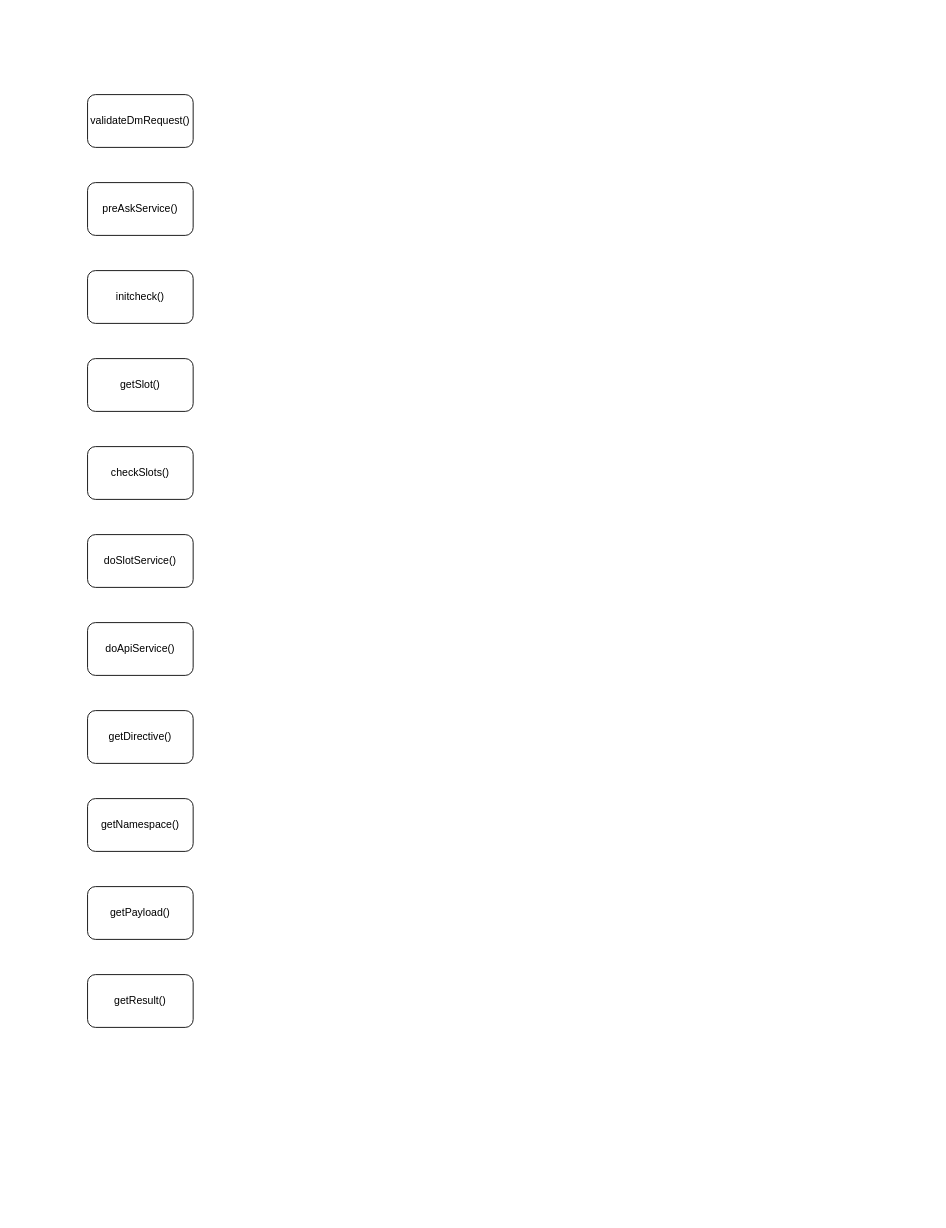
Before: mybatis/未命名绘图.drawio in xiujianhua/java_deep_study, a draw.io diagram. Source tidied: cells renumbered, new cells numbered last; positions are measured from the earlier drawing's top-left corner, leaving out a move shared by most shapes. Both pictures are drawn from the tidied source at 88%, with x=0, y=0 at pixel (87, 94).
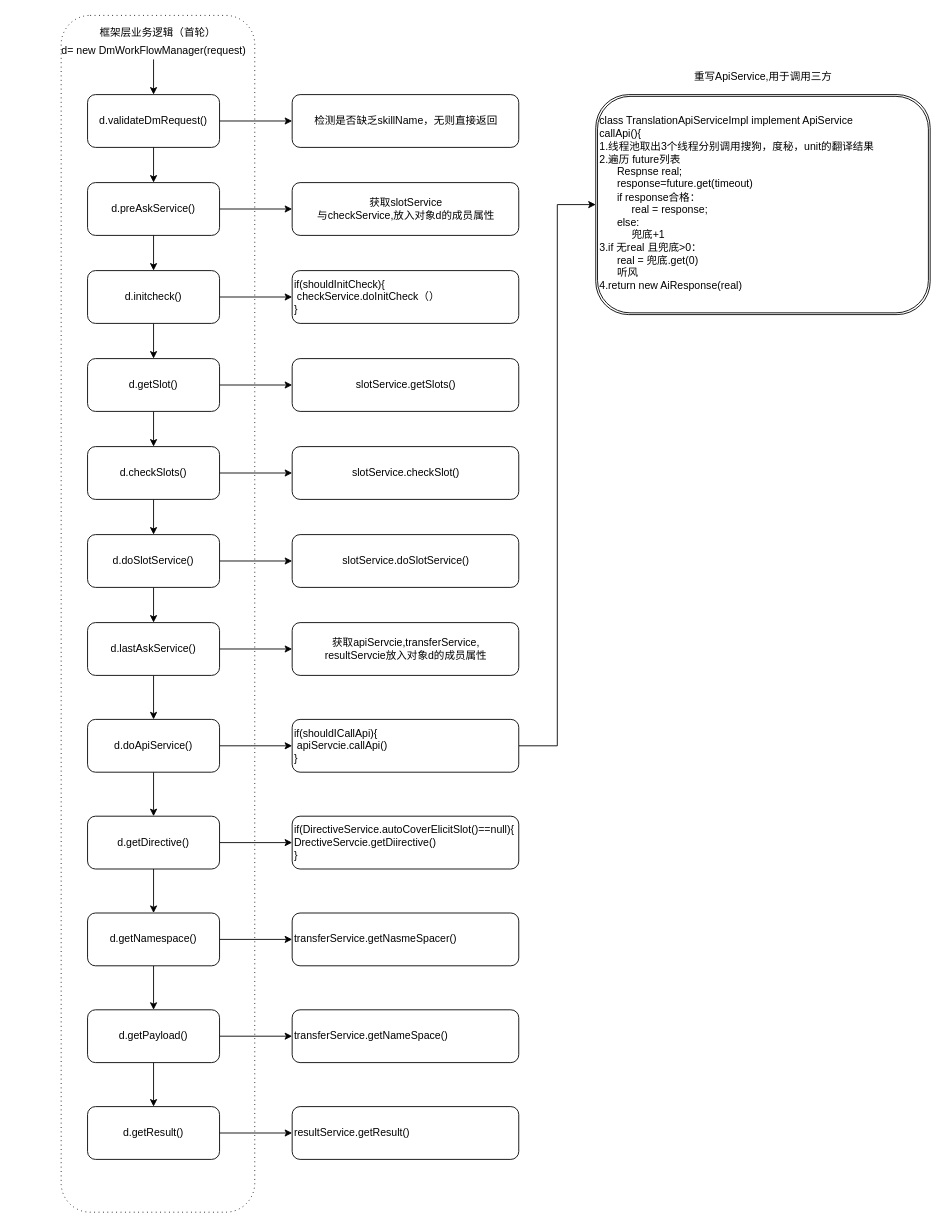
Above is the later version.

Commit message:
更新未命名绘图.drawio

What changed in the source:
```diff
@@
+    <mxCell id="13" style="shape=ext;rounded=1;html=1;whiteSpace=wrap;dashed=1;dashPattern=1 4;" parent="1" vertex="1">
+      <mxGeometry x="-30" y="-90" width="220" height="1360" as="geometry" />
+    </mxCell>
+    <mxCell id="14" style="edgeStyle=orthogonalEdgeStyle;rounded=0;jettySize=auto;html=1;" parent="1" edge="1" source="2" target="38">
+      <mxGeometry relative="1" as="geometry" />
+    </mxCell>
-    <mxCell id="2" value="validateDmRequest()" style="rounded=1;whiteSpace=wrap;html=1;" parent="1" vertex="1">
-      <mxGeometry width="120" height="60" as="geometry" />
+    <mxCell id="2" value="d.validateDmRequest()" style="rounded=1;whiteSpace=wrap;html=1;" parent="1" vertex="1">
+      <mxGeometry width="150" height="60" as="geometry" />
     </mxCell>
+    <mxCell id="15" style="edgeStyle=orthogonalEdgeStyle;rounded=0;jettySize=auto;html=1;" parent="1" edge="1" source="3" target="39">
+      <mxGeometry relative="1" as="geometry" />
+    </mxCell>
-    <mxCell id="3" value="preAskService()" style="rounded=1;whiteSpace=wrap;html=1;" parent="1" vertex="1">
-      <mxGeometry y="100" width="120" height="60" as="geometry" />
+    <mxCell id="3" value="d.preAskService()" style="rounded=1;whiteSpace=wrap;html=1;" parent="1" vertex="1">
+      <mxGeometry y="100" width="150" height="60" as="geometry" />
     </mxCell>
+    <mxCell id="16" style="edgeStyle=orthogonalEdgeStyle;rounded=0;jettySize=auto;html=1;" parent="1" edge="1" source="4" target="5">
+      <mxGeometry relative="1" as="geometry" />
+    </mxCell>
+    <mxCell id="17" style="edgeStyle=orthogonalEdgeStyle;rounded=0;jettySize=auto;html=1;" parent="1" edge="1" source="4" target="40">
+      <mxGeometry relative="1" as="geometry" />
+    </mxCell>
-    <mxCell id="4" value="initcheck()" style="rounded=1;whiteSpace=wrap;html=1;" parent="1" vertex="1">
-      <mxGeometry y="200" width="120" height="60" as="geometry" />
+    <mxCell id="4" value="d.initcheck()" style="rounded=1;whiteSpace=wrap;html=1;" parent="1" vertex="1">
+      <mxGeometry y="200" width="150" height="60" as="geometry" />
     </mxCell>
+    <mxCell id="18" style="edgeStyle=orthogonalEdgeStyle;rounded=0;jettySize=auto;html=1;" parent="1" edge="1" source="5" target="6">
+      <mxGeometry relative="1" as="geometry" />
+    </mxCell>
+    <mxCell id="19" style="edgeStyle=orthogonalEdgeStyle;rounded=0;jettySize=auto;html=1;" parent="1" edge="1" source="5" target="41">
+      <mxGeometry relative="1" as="geometry" />
+    </mxCell>
-    <mxCell id="5" value="getSlot()" style="rounded=1;whiteSpace=wrap;html=1;" parent="1" vertex="1">
-      <mxGeometry y="300" width="120" height="60" as="geometry" />
+    <mxCell id="5" value="d.getSlot()" style="rounded=1;whiteSpace=wrap;html=1;" parent="1" vertex="1">
+      <mxGeometry y="300" width="150" height="60" as="geometry" />
     </mxCell>
+    <mxCell id="20" style="edgeStyle=orthogonalEdgeStyle;rounded=0;jettySize=auto;html=1;" parent="1" edge="1" source="6" target="7">
+      <mxGeometry relative="1" as="geometry" />
+    </mxCell>
+    <mxCell id="21" style="edgeStyle=orthogonalEdgeStyle;rounded=0;jettySize=auto;html=1;" parent="1" edge="1" source="6" target="42">
+      <mxGeometry relative="1" as="geometry" />
+    </mxCell>
-    <mxCell id="6" value="checkSlots()" style="rounded=1;whiteSpace=wrap;html=1;" parent="1" vertex="1">
-      <mxGeometry y="400" width="120" height="60" as="geometry" />
+    <mxCell id="6" value="d.checkSlots()" style="rounded=1;whiteSpace=wrap;html=1;" parent="1" vertex="1">
+      <mxGeometry y="400" width="150" height="60" as="geometry" />
     </mxCell>
+    <mxCell id="22" style="edgeStyle=orthogonalEdgeStyle;rounded=0;jettySize=auto;html=1;" parent="1" edge="1" source="7" target="43">
+      <mxGeometry relative="1" as="geometry" />
+    </mxCell>
+    <mxCell id="23" style="edgeStyle=orthogonalEdgeStyle;rounded=0;jettySize=auto;html=1;" parent="1" edge="1" source="7" target="46">
+      <mxGeometry relative="1" as="geometry" />
+    </mxCell>
-    <mxCell id="7" value="doSlotService()" style="rounded=1;whiteSpace=wrap;html=1;" parent="1" vertex="1">
-      <mxGeometry y="500" width="120" height="60" as="geometry" />
+    <mxCell id="7" value="d.doSlotService()" style="rounded=1;whiteSpace=wrap;html=1;" parent="1" vertex="1">
+      <mxGeometry y="500" width="150" height="60" as="geometry" />
     </mxCell>
+    <mxCell id="24" style="edgeStyle=orthogonalEdgeStyle;rounded=0;jettySize=auto;html=1;" parent="1" edge="1" source="8" target="9">
+      <mxGeometry relative="1" as="geometry" />
+    </mxCell>
+    <mxCell id="25" style="edgeStyle=orthogonalEdgeStyle;rounded=0;jettySize=auto;html=1;" parent="1" edge="1" source="8" target="49">
+      <mxGeometry relative="1" as="geometry" />
+    </mxCell>
-    <mxCell id="8" value="doApiService()" style="rounded=1;whiteSpace=wrap;html=1;" parent="1" vertex="1">
-      <mxGeometry y="600" width="120" height="60" as="geometry" />
+    <mxCell id="8" value="d.doApiService()" style="rounded=1;whiteSpace=wrap;html=1;" parent="1" vertex="1">
+      <mxGeometry y="710" width="150" height="60" as="geometry" />
     </mxCell>
+    <mxCell id="26" style="edgeStyle=orthogonalEdgeStyle;rounded=0;jettySize=auto;html=1;" parent="1" edge="1" source="9" target="10">
+      <mxGeometry relative="1" as="geometry" />
+    </mxCell>
+    <mxCell id="27" style="edgeStyle=orthogonalEdgeStyle;rounded=0;jettySize=auto;html=1;" parent="1" edge="1" source="9" target="50">
+      <mxGeometry relative="1" as="geometry" />
+    </mxCell>
-    <mxCell id="9" value="getDirective()" style="rounded=1;whiteSpace=wrap;html=1;" parent="1" vertex="1">
-      <mxGeometry y="700" width="120" height="60" as="geometry" />
+    <mxCell id="9" value="d.getDirective()" style="rounded=1;whiteSpace=wrap;html=1;" parent="1" vertex="1">
+      <mxGeometry y="820" width="150" height="60" as="geometry" />
     </mxCell>
+    <mxCell id="28" style="edgeStyle=orthogonalEdgeStyle;rounded=0;jettySize=auto;html=1;" parent="1" edge="1" source="10" target="11">
+      <mxGeometry relative="1" as="geometry" />
+    </mxCell>
+    <mxCell id="29" style="edgeStyle=orthogonalEdgeStyle;rounded=0;jettySize=auto;html=1;" parent="1" edge="1" source="10" target="51">
+      <mxGeometry relative="1" as="geometry" />
+    </mxCell>
-    <mxCell id="10" value="getNamespace()" style="rounded=1;whiteSpace=wrap;html=1;" parent="1" vertex="1">
-      <mxGeometry y="800" width="120" height="60" as="geometry" />
+    <mxCell id="10" value="d.getNamespace()" style="rounded=1;whiteSpace=wrap;html=1;" parent="1" vertex="1">
+      <mxGeometry y="930" width="150" height="60" as="geometry" />
     </mxCell>
+    <mxCell id="30" style="edgeStyle=orthogonalEdgeStyle;rounded=0;jettySize=auto;html=1;" parent="1" edge="1" source="11" target="12">
+      <mxGeometry relative="1" as="geometry" />
+    </mxCell>
+    <mxCell id="31" style="edgeStyle=orthogonalEdgeStyle;rounded=0;jettySize=auto;html=1;" parent="1" edge="1" source="11" target="52">
+      <mxGeometry relative="1" as="geometry" />
+    </mxCell>
-    <mxCell id="11" value="getPayload()" style="rounded=1;whiteSpace=wrap;html=1;" parent="1" vertex="1">
-      <mxGeometry y="900" width="120" height="60" as="geometry" />
+    <mxCell id="11" value="d.getPayload()" style="rounded=1;whiteSpace=wrap;html=1;" parent="1" vertex="1">
+      <mxGeometry y="1040" width="150" height="60" as="geometry" />
     </mxCell>
+    <mxCell id="32" style="edgeStyle=orthogonalEdgeStyle;rounded=0;jettySize=auto;html=1;" parent="1" edge="1" source="12" target="53">
+      <mxGeometry relative="1" as="geometry" />
+    </mxCell>
-    <mxCell id="12" value="getResult()" style="rounded=1;whiteSpace=wrap;html=1;" parent="1" vertex="1">
-      <mxGeometry y="1000" width="120" height="60" as="geometry" />
+    <mxCell id="12" value="d.getResult()" style="rounded=1;whiteSpace=wrap;html=1;" parent="1" vertex="1">
+      <mxGeometry y="1150" width="150" height="60" as="geometry" />
     </mxCell>
+    <mxCell id="33" style="edgeStyle=orthogonalEdgeStyle;rounded=0;jettySize=auto;html=1;" parent="1" edge="1" source="34" target="2">
+      <mxGeometry relative="1" as="geometry" />
+    </mxCell>
+    <mxCell id="34" value="d= new DmWorkFlowManager(request)" style="text;html=1;strokeColor=none;fillColor=none;align=center;verticalAlign=middle;whiteSpace=wrap;rounded=0;" parent="1" vertex="1">
+      <mxGeometry x="-82.5" y="-60" width="315" height="20" as="geometry" />
+    </mxCell>
+    <mxCell id="35" style="endArrow=classic;html=1;exitX=0.5;exitY=1;exitDx=0;exitDy=0;" parent="1" edge="1" source="2" target="3">
+      <mxGeometry relative="1" as="geometry" />
+    </mxCell>
+    <mxCell id="36" style="endArrow=classic;html=1;exitX=0.5;exitY=1;exitDx=0;exitDy=0;entryX=0.5;entryY=0;entryDx=0;entryDy=0;" parent="1" edge="1" source="3" target="4">
+      <mxGeometry relative="1" as="geometry" />
+    </mxCell>
+    <mxCell id="37" value="框架层业务逻辑（首轮）" style="text;html=1;strokeColor=none;fillColor=none;align=center;verticalAlign=middle;whiteSpace=wrap;rounded=0;" parent="1" vertex="1">
+      <mxGeometry x="5" y="-80" width="150" height="20" as="geometry" />
+    </mxCell>
+    <mxCell id="38" value="检测是否缺乏skillName，无则直接返回" style="rounded=1;whiteSpace=wrap;html=1;" parent="1" vertex="1">
+      <mxGeometry x="232.5" width="257.5" height="60" as="geometry" />
+    </mxCell>
+    <mxCell id="39" value="获取slotService&lt;br&gt;与checkService,放入对象d的成员属性" style="rounded=1;whiteSpace=wrap;html=1;" parent="1" vertex="1">
+      <mxGeometry x="232.5" y="100" width="257.5" height="60" as="geometry" />
+    </mxCell>
+    <mxCell id="40" value="if(shouldInitCheck){&lt;br&gt;&amp;nbsp;checkService.doInitCheck（）&lt;br&gt;}" style="rounded=1;whiteSpace=wrap;html=1;align=left;" parent="1" vertex="1">
+      <mxGeometry x="232.5" y="200" width="257.5" height="60" as="geometry" />
+    </mxCell>
+    <mxCell id="41" value="slotService.getSlots()" style="rounded=1;whiteSpace=wrap;html=1;" parent="1" vertex="1">
+      <mxGeometry x="232.5" y="300" width="257.5" height="60" as="geometry" />
+    </mxCell>
+    <mxCell id="42" value="slotService.checkSlot()" style="rounded=1;whiteSpace=wrap;html=1;" parent="1" vertex="1">
+      <mxGeometry x="232.5" y="400" width="257.5" height="60" as="geometry" />
+    </mxCell>
+    <mxCell id="43" value="slotService.doSlotService()" style="rounded=1;whiteSpace=wrap;html=1;" parent="1" vertex="1">
+      <mxGeometry x="232.5" y="500" width="257.5" height="60" as="geometry" />
+    </mxCell>
+    <mxCell id="44" style="edgeStyle=orthogonalEdgeStyle;rounded=0;jettySize=auto;html=1;" parent="1" edge="1" source="46" target="8">
+      <mxGeometry relative="1" as="geometry" />
+    </mxCell>
+    <mxCell id="45" style="edgeStyle=orthogonalEdgeStyle;rounded=0;jettySize=auto;html=1;" parent="1" edge="1" source="46" target="47">
+      <mxGeometry relative="1" as="geometry" />
+    </mxCell>
+    <mxCell id="46" value="d.lastAskService()" style="rounded=1;whiteSpace=wrap;html=1;" parent="1" vertex="1">
+      <mxGeometry y="600" width="150" height="60" as="geometry" />
+    </mxCell>
+    <mxCell id="47" value="获取apiServcie,transferService,&lt;br&gt;resultServcie放入对象d的成员属性" style="rounded=1;whiteSpace=wrap;html=1;" parent="1" vertex="1">
+      <mxGeometry x="232.5" y="600" width="257.5" height="60" as="geometry" />
+    </mxCell>
+    <mxCell id="48" style="edgeStyle=orthogonalEdgeStyle;rounded=0;jettySize=auto;html=1;exitX=1;exitY=0.5;exitDx=0;exitDy=0;entryX=0;entryY=0.5;entryDx=0;entryDy=0;" parent="1" edge="1" source="49" target="54">
+      <mxGeometry relative="1" as="geometry" />
+    </mxCell>
+    <mxCell id="49" value="if(shouldICallApi){&lt;br&gt;&amp;nbsp;apiServcie.callApi()&lt;br&gt;}" style="rounded=1;whiteSpace=wrap;html=1;align=left;" parent="1" vertex="1">
+      <mxGeometry x="232.5" y="710" width="257.5" height="60" as="geometry" />
+    </mxCell>
+    <mxCell id="50" value="if(DirectiveService.autoCoverElicitSlot()==null){&lt;br&gt;DrectiveServcie.getDiirective()&lt;br&gt;}" style="rounded=1;whiteSpace=wrap;html=1;align=left;" parent="1" vertex="1">
+      <mxGeometry x="232.5" y="820" width="257.5" height="60" as="geometry" />
+    </mxCell>
+    <mxCell id="51" value="transferService.getNasmeSpacer()" style="rounded=1;whiteSpace=wrap;html=1;align=left;" parent="1" vertex="1">
+      <mxGeometry x="232.5" y="930" width="257.5" height="60" as="geometry" />
+    </mxCell>
+    <mxCell id="52" value="transferService.getNameSpace()" style="rounded=1;whiteSpace=wrap;html=1;align=left;" parent="1" vertex="1">
+      <mxGeometry x="232.5" y="1040" width="257.5" height="60" as="geometry" />
+    </mxCell>
+    <mxCell id="53" value="resultService.getResult()" style="rounded=1;whiteSpace=wrap;html=1;align=left;" parent="1" vertex="1">
+      <mxGeometry x="232.5" y="1150" width="257.5" height="60" as="geometry" />
+    </mxCell>
+    <mxCell id="54" value="&lt;br&gt;class TranslationApiServiceImpl implement ApiService&lt;br&gt;callApi(){&lt;br&gt;1.线程池取出3个线程分别调用搜狗，度秘，unit的翻译结果&lt;br&gt;2.遍历 future列表&lt;br&gt;&amp;nbsp; &amp;nbsp; &amp;nbsp; Respnse real;&lt;br&gt;&amp;nbsp; &amp;nbsp; &amp;nbsp; response=future.get(timeout)&lt;br&gt;&amp;nbsp; &amp;nbsp; &amp;nbsp; if response合格：&lt;br&gt;&amp;nbsp; &amp;nbsp; &amp;nbsp; &amp;nbsp; &amp;nbsp; &amp;nbsp;real = response;&lt;br&gt;&amp;nbsp; &amp;nbsp; &amp;nbsp; else:&lt;br&gt;&amp;nbsp; &amp;nbsp; &amp;nbsp; &amp;nbsp; &amp;nbsp; &amp;nbsp;兜底+1&lt;br&gt;3.if 无real 且兜底&amp;gt;0：&lt;br&gt;&amp;nbsp; &amp;nbsp; &amp;nbsp; real = 兜底.get(0)&lt;br&gt;&amp;nbsp; &amp;nbsp; &amp;nbsp; 听风&lt;br&gt;4.return new AiResponse(real)&lt;br&gt;&amp;nbsp; &amp;nbsp; &amp;nbsp;&amp;nbsp;&lt;br&gt;&amp;nbsp; &amp;nbsp; &amp;nbsp; &amp;nbsp;&lt;br&gt;&lt;br&gt;&lt;br&gt;" style="shape=ext;double=1;rounded=1;whiteSpace=wrap;html=1;align=left;verticalAlign=top;" parent="1" vertex="1">
+      <mxGeometry x="577.5" width="380" height="250" as="geometry" />
+    </mxCell>
+    <mxCell id="55" value="重写ApiService,用于调用三方" style="text;html=1;strokeColor=none;fillColor=none;align=center;verticalAlign=middle;whiteSpace=wrap;rounded=0;" parent="1" vertex="1">
+      <mxGeometry x="637.5" y="-30" width="260" height="20" as="geometry" />
+    </mxCell>
```
